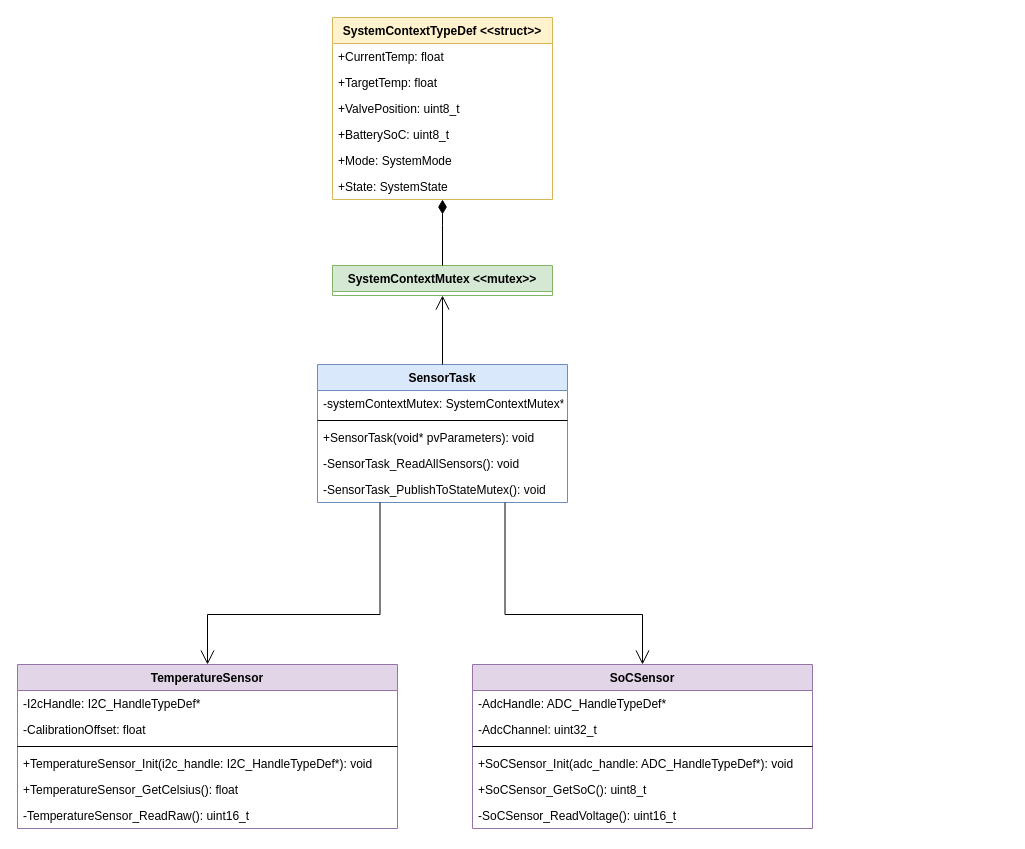
Earlier version of the draw.io diagram page "sensors" (3 of 6) of software/diagrams/mt-rt-sw-design.drawio (MiraTherm/miratherm-radiator-thermostat-documentation). Source tidied: cells renumbered, new cells numbered last; positions are measured from the earlier drawing's top-left corner, leaving out a move shared by most shapes. Both pictures are drawn from the tidied source at 100%, with x=0, y=0 at pixel (17, 17).
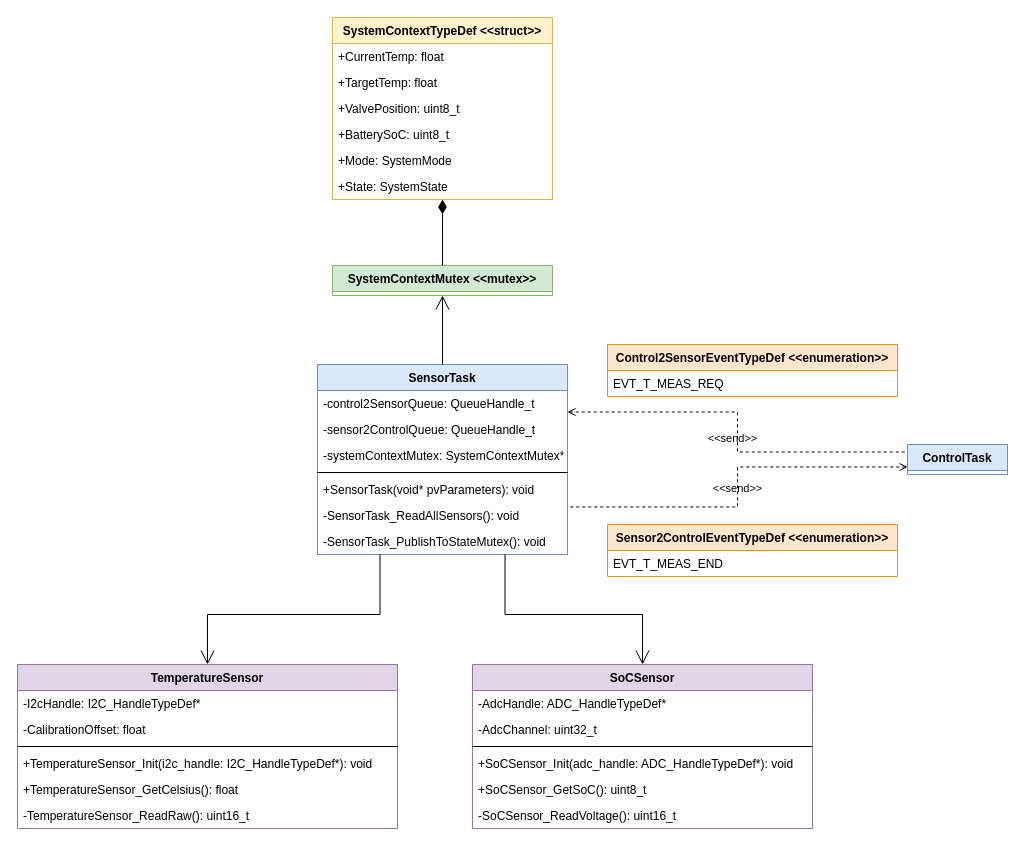
The same page after the edit.

Commit message (it also covers changes not shown here):
:memo: Add possibility to reques temperature measurement from ControlTask

Change to the diagram source:
```diff
@@
     <mxCell id="2" value="SensorTask" style="swimlane;fontStyle=1;horizontal=1;startSize=26;fillColor=#dae8fc;strokeColor=#6c8ebf;" parent="1" vertex="1">
-      <mxGeometry x="300" y="347" width="250" height="138" as="geometry" />
+      <mxGeometry x="300" y="347" width="250" height="190" as="geometry" />
     </mxCell>
+    <mxCell id="34" value="-control2SensorQueue: QueueHandle_t" style="text;strokeColor=none;fillColor=none;align=left;verticalAlign=top;spacingLeft=4;spacingRight=4;overflow=hidden;" parent="2" vertex="1">
+      <mxGeometry y="26" width="250" height="26" as="geometry" />
+    </mxCell>
+    <mxCell id="35" value="-sensor2ControlQueue: QueueHandle_t" style="text;strokeColor=none;fillColor=none;align=left;verticalAlign=top;spacingLeft=4;spacingRight=4;overflow=hidden;" parent="2" vertex="1">
+      <mxGeometry y="52" width="250" height="26" as="geometry" />
+    </mxCell>
     <mxCell id="3" value="-systemContextMutex: SystemContextMutex*" style="text;strokeColor=none;fillColor=none;align=left;verticalAlign=top;spacingLeft=4;spacingRight=4;overflow=hidden;" parent="2" vertex="1">
-      <mxGeometry y="26" width="250" height="26" as="geometry" />
+      <mxGeometry y="78" width="250" height="26" as="geometry" />
     </mxCell>
     <mxCell id="4" style="line;strokeWidth=1;fillColor=none;align=left;verticalAlign=middle;spacingTop=-1;spacingLeft=3;spacingRight=3;labelPosition=right;" parent="2" vertex="1">
-      <mxGeometry y="52" width="250" height="8" as="geometry" />
+      <mxGeometry y="104" width="250" height="8" as="geometry" />
     </mxCell>
     <mxCell id="5" value="+SensorTask(void* pvParameters): void" style="text;strokeColor=none;fillColor=none;align=left;verticalAlign=top;spacingLeft=4;spacingRight=4;overflow=hidden;" parent="2" vertex="1">
-      <mxGeometry y="60" width="250" height="26" as="geometry" />
+      <mxGeometry y="112" width="250" height="26" as="geometry" />
     </mxCell>
     <mxCell id="6" value="-SensorTask_ReadAllSensors(): void" style="text;strokeColor=none;fillColor=none;align=left;verticalAlign=top;spacingLeft=4;spacingRight=4;overflow=hidden;" parent="2" vertex="1">
-      <mxGeometry y="86" width="250" height="26" as="geometry" />
+      <mxGeometry y="138" width="250" height="26" as="geometry" />
     </mxCell>
     <mxCell id="7" value="-SensorTask_PublishToStateMutex(): void" style="text;strokeColor=none;fillColor=none;align=left;verticalAlign=top;spacingLeft=4;spacingRight=4;overflow=hidden;" parent="2" vertex="1">
-      <mxGeometry y="112" width="250" height="26" as="geometry" />
+      <mxGeometry y="164" width="250" height="26" as="geometry" />
     </mxCell>
@@
+    <mxCell id="36" value="ControlTask" style="swimlane;fontStyle=1;horizontal=1;startSize=26;fillColor=#dae8fc;strokeColor=#6c8ebf;" parent="1" vertex="1" collapsed="1">
+      <mxGeometry x="890" y="427" width="100" height="30" as="geometry" />
+    </mxCell>
+    <mxCell id="37" value="Control2SensorEventTypeDef &lt;&lt;enumeration&gt;&gt;" style="swimlane;fontStyle=1;horizontal=1;startSize=26;fillColor=#ffe6cc;strokeColor=#d79b00;" parent="1" vertex="1">
+      <mxGeometry x="590" y="327" width="290" height="52" as="geometry" />
+    </mxCell>
+    <mxCell id="38" value="EVT_T_MEAS_REQ" style="text;strokeColor=none;fillColor=none;align=left;verticalAlign=top;spacingLeft=4;spacingRight=4;overflow=hidden;" parent="37" vertex="1">
+      <mxGeometry y="26" width="290" height="26" as="geometry" />
+    </mxCell>
+    <mxCell id="39" value="Sensor2ControlEventTypeDef &lt;&lt;enumeration&gt;&gt;" style="swimlane;fontStyle=1;horizontal=1;startSize=26;fillColor=#ffe6cc;strokeColor=#d79b00;" parent="1" vertex="1">
+      <mxGeometry x="590" y="507" width="290" height="52" as="geometry" />
+    </mxCell>
+    <mxCell id="40" value="EVT_T_MEAS_END" style="text;strokeColor=none;fillColor=none;align=left;verticalAlign=top;spacingLeft=4;spacingRight=4;overflow=hidden;" parent="39" vertex="1">
+      <mxGeometry y="26" width="290" height="26" as="geometry" />
+    </mxCell>
+    <mxCell id="41" value="&amp;lt;&amp;lt;send&amp;gt;&amp;gt;" style="endArrow=none;html=1;rounded=0;align=center;verticalAlign=bottom;dashed=1;endFill=0;labelBackgroundColor=none;edgeStyle=orthogonalEdgeStyle;exitX=1;exitY=0.25;exitDx=0;exitDy=0;entryX=0;entryY=0.25;entryDx=0;entryDy=0;startArrow=open;startFill=0;" parent="1" edge="1" source="2" target="36">
+      <mxGeometry x="0.08" y="-5" relative="1" as="geometry" />
+    </mxCell>
+    <mxCell id="42" style="html=1;align=center;verticalAlign=top;labelBackgroundColor=none;" parent="41" vertex="1">
+      <mxGeometry relative="1" as="geometry" />
+    </mxCell>
+    <mxCell id="43" value="&amp;lt;&amp;lt;send&amp;gt;&amp;gt;" style="endArrow=none;html=1;rounded=0;align=center;verticalAlign=bottom;dashed=1;endFill=0;labelBackgroundColor=none;edgeStyle=orthogonalEdgeStyle;entryX=1;entryY=0.75;entryDx=0;entryDy=0;exitX=0;exitY=0.75;exitDx=0;exitDy=0;startArrow=open;startFill=0;" parent="1" edge="1" source="36" target="2">
+      <mxGeometry x="0.05" relative="1" as="geometry" />
+    </mxCell>
+    <mxCell id="44" style="html=1;align=center;verticalAlign=top;labelBackgroundColor=none;" parent="43" vertex="1">
+      <mxGeometry relative="1" as="geometry" />
+    </mxCell>
```
